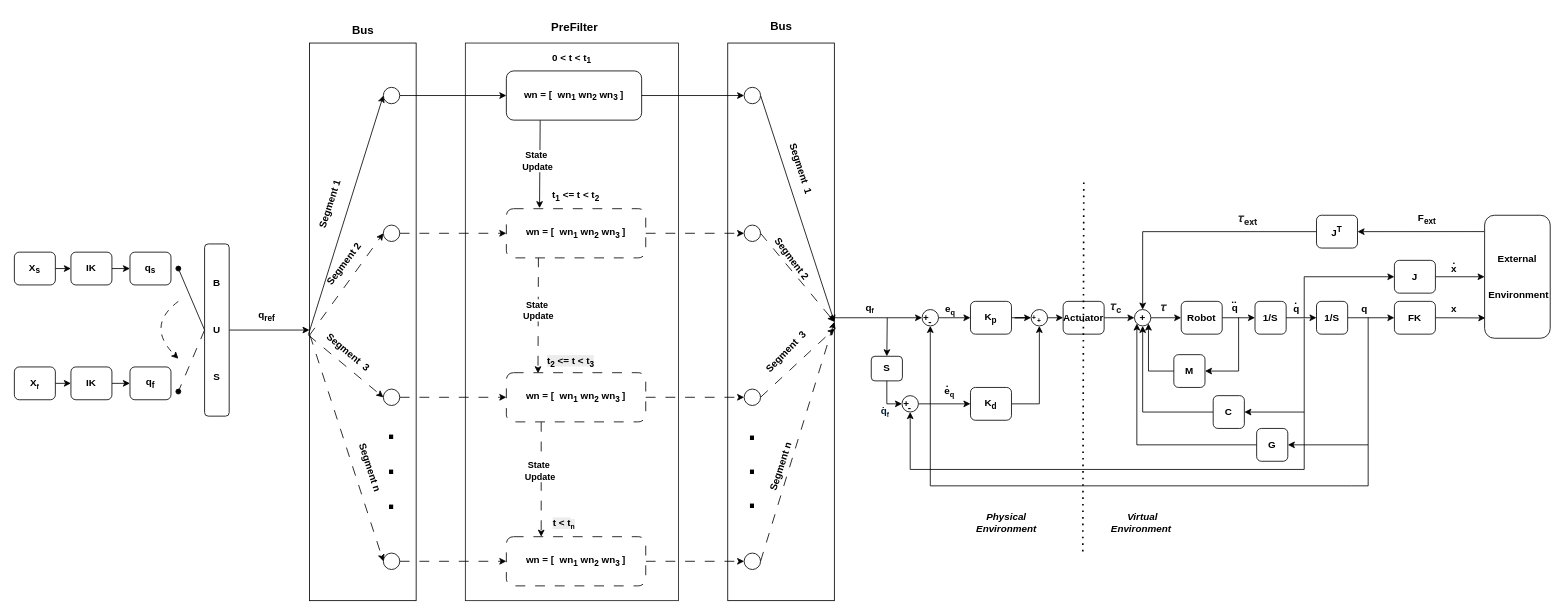
Above: October2025/drawio/prefilterTimeswiting.drawio in Kcygt/Trajectory_Optimization (draw.io), before the change. Source tidied: cells renumbered, new cells numbered last; positions are measured from the earlier drawing's top-left corner, leaving out a move shared by most shapes. Both pictures are drawn from the tidied source at 82%, with x=0, y=0 at pixel (14, 14).
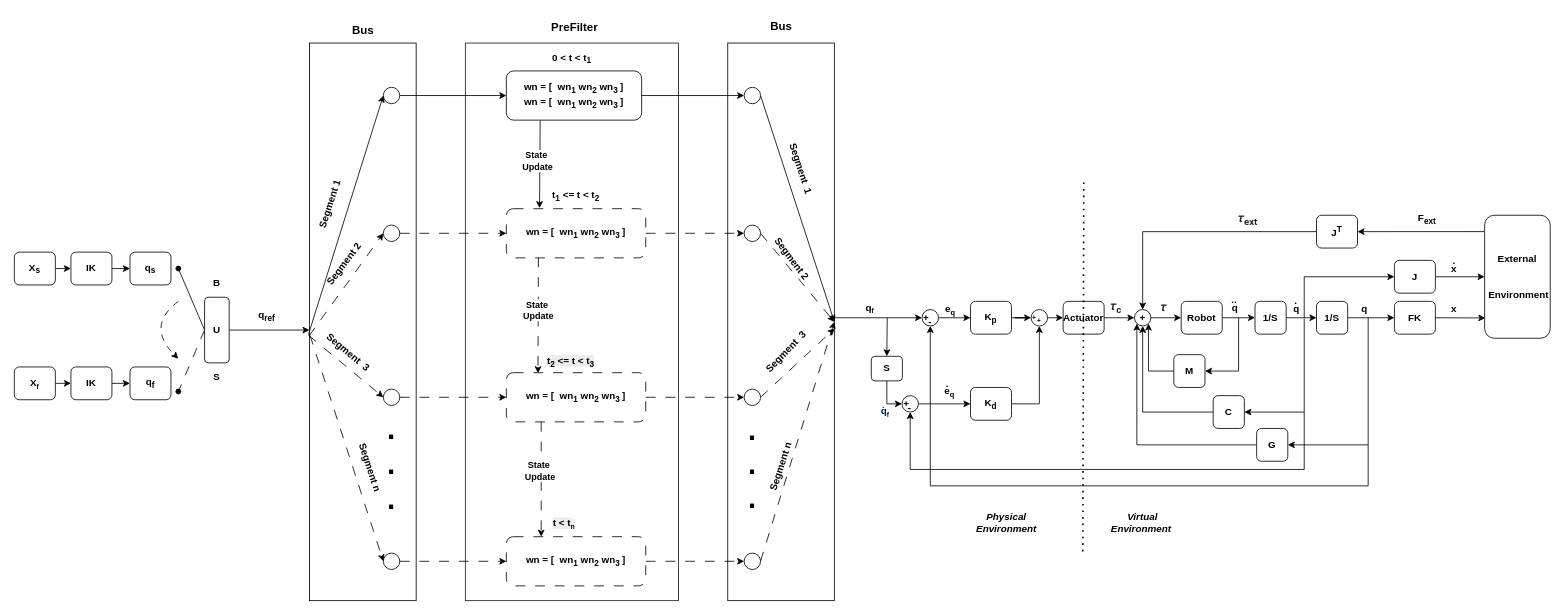
The same page after the edit.

Change to the diagram source:
```diff
@@
     <mxCell id="7" value="B&lt;div&gt;&lt;br&gt;&lt;/div&gt;&lt;div&gt;&lt;br&gt;&lt;/div&gt;&lt;div&gt;&lt;br&gt;&lt;/div&gt;&lt;div&gt;U&lt;/div&gt;&lt;div&gt;&lt;br&gt;&lt;/div&gt;&lt;div&gt;&lt;br&gt;&lt;/div&gt;&lt;div&gt;&lt;br&gt;&lt;/div&gt;&lt;div&gt;S&lt;/div&gt;" style="rounded=1;whiteSpace=wrap;html=1;fontStyle=1;" parent="1" vertex="1">
-      <mxGeometry x="232" y="280" width="30" height="210" as="geometry" />
+      <mxGeometry x="232" y="345" width="30" height="80" as="geometry" />
     </mxCell>
@@
-    <mxCell id="92" value="wn = [&amp;nbsp; wn&lt;sub&gt;1&lt;/sub&gt; wn&lt;sub&gt;2&lt;/sub&gt; wn&lt;sub&gt;3&amp;nbsp;&lt;/sub&gt;]" style="rounded=1;whiteSpace=wrap;html=1;shadow=0;fontStyle=1;" parent="1" vertex="1">
+    <mxCell id="92" value="wn = [&amp;nbsp; wn&lt;sub&gt;1&lt;/sub&gt; wn&lt;sub&gt;2&lt;/sub&gt; wn&lt;sub&gt;3&amp;nbsp;&lt;/sub&gt;]&lt;div&gt;wn = [&amp;nbsp; wn&lt;sub&gt;1&lt;/sub&gt;&amp;nbsp;wn&lt;sub&gt;2&lt;/sub&gt;&amp;nbsp;wn&lt;sub&gt;3&amp;nbsp;&lt;/sub&gt;]&lt;/div&gt;" style="rounded=1;whiteSpace=wrap;html=1;shadow=0;fontStyle=1;" parent="1" vertex="1">
       <mxGeometry x="600" y="69" width="165" height="60" as="geometry" />
     </mxCell>
```
